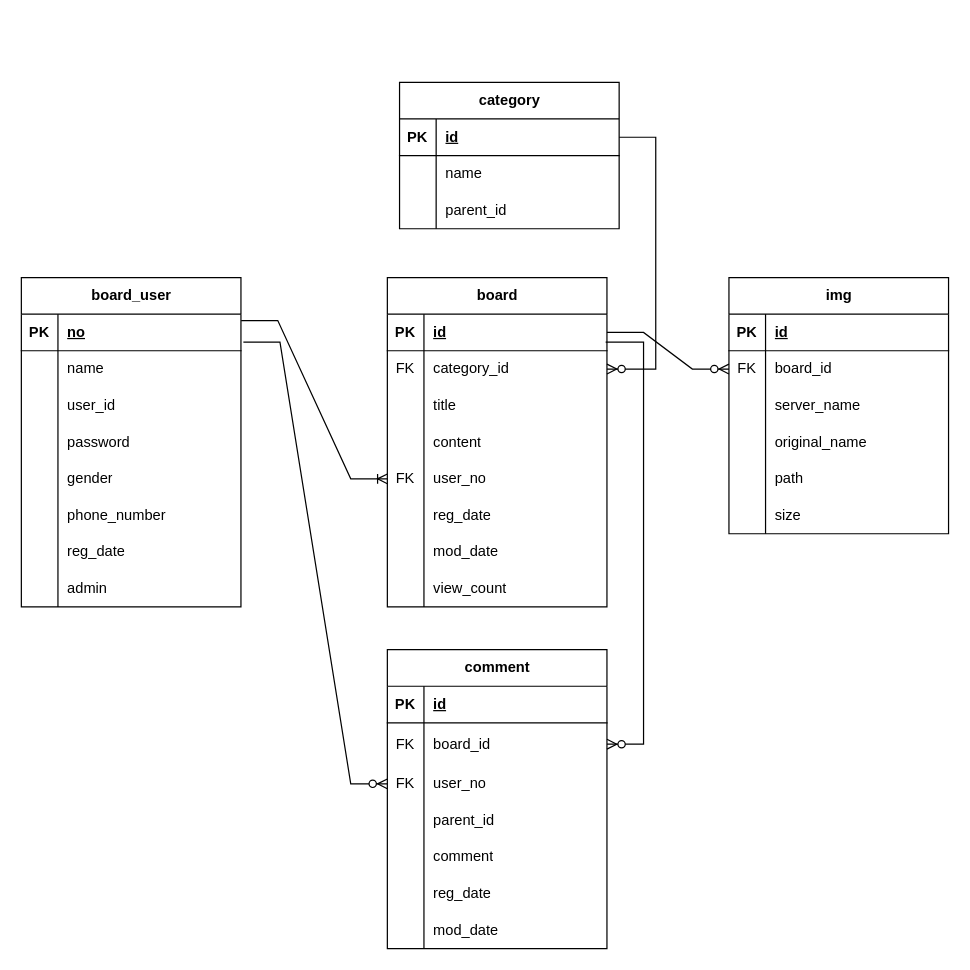
The draw.io diagram board2.drawio in currychoco/loginboard2, before the edit. Source tidied: cells renumbered, new cells numbered last; positions are measured from the earlier drawing's top-left corner, leaving out a move shared by most shapes. Both pictures are drawn from the tidied source at 122%, with x=0, y=0 at pixel (21, 82).
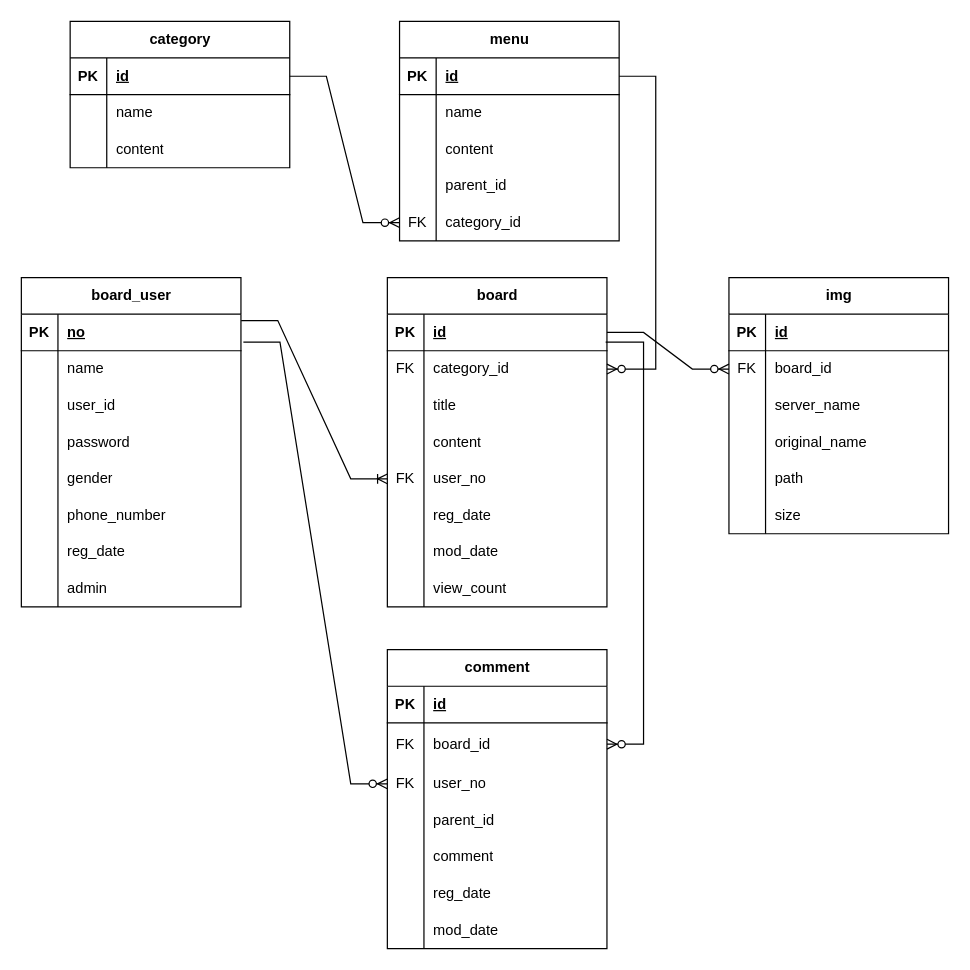
After the change.

Diff of the diagram source:
```diff
@@
-    <mxCell id="97" value="category" style="shape=table;startSize=30;childLayout=tableLayout;rowLines=0;fontStyle=1;align=center;html=1;" parent="1" vertex="1">
-      <mxGeometry x="310" width="180" height="120" as="geometry" />
+    <mxCell id="97" value="menu" style="shape=table;startSize=30;childLayout=tableLayout;rowLines=0;fontStyle=1;align=center;html=1;" parent="1" vertex="1">
+      <mxGeometry x="310" y="-50" width="180" height="180" as="geometry" />
     </mxCell>
@@
+    <mxCell id="108" style="shape=tableRow;horizontal=0;startSize=0;swimlaneHead=0;swimlaneBody=0;fillColor=none;top=0;left=0;right=0;bottom=0;" parent="97" vertex="1">
+      <mxGeometry y="90" width="180" height="30" as="geometry" />
+    </mxCell>
+    <mxCell id="109" style="shape=partialRectangle;fillColor=none;top=0;left=0;bottom=0;right=0;overflow=hidden;whiteSpace=wrap;html=1;" parent="108" vertex="1">
+      <mxGeometry width="30" height="30" as="geometry" />
+    </mxCell>
+    <mxCell id="110" value="content" style="shape=partialRectangle;fillColor=none;top=0;left=0;bottom=0;right=0;align=left;spacingLeft=6;overflow=hidden;whiteSpace=wrap;html=1;" parent="108" vertex="1">
+      <mxGeometry x="30" width="150" height="30" as="geometry" />
+    </mxCell>
     <mxCell id="104" style="shape=tableRow;horizontal=0;startSize=0;swimlaneHead=0;swimlaneBody=0;fillColor=none;top=0;left=0;right=0;bottom=0;" parent="97" vertex="1">
-      <mxGeometry y="90" width="180" height="30" as="geometry" />
+      <mxGeometry y="120" width="180" height="30" as="geometry" />
     </mxCell>
@@
+    <mxCell id="111" style="shape=tableRow;horizontal=0;startSize=0;swimlaneHead=0;swimlaneBody=0;fillColor=none;points=[[0,0.5],[1,0.5]];portConstraint=eastwest;top=0;left=0;right=0;bottom=0;" parent="97" vertex="1">
+      <mxGeometry y="150" width="180" height="30" as="geometry" />
+    </mxCell>
+    <mxCell id="112" value="FK" style="shape=partialRectangle;fillColor=none;top=0;left=0;bottom=0;right=0;overflow=hidden;whiteSpace=wrap;html=1;" parent="111" vertex="1">
+      <mxGeometry width="30" height="30" as="geometry" />
+    </mxCell>
+    <mxCell id="113" value="category_id" style="shape=partialRectangle;fillColor=none;top=0;left=0;bottom=0;right=0;align=left;spacingLeft=6;overflow=hidden;whiteSpace=wrap;html=1;" parent="111" vertex="1">
+      <mxGeometry x="30" width="150" height="30" as="geometry" />
+    </mxCell>
@@
+    <mxCell id="114" value="category" style="shape=table;startSize=30;childLayout=tableLayout;rowLines=0;fontStyle=1;align=center;html=1;" parent="1" vertex="1">
+      <mxGeometry x="40" y="-50" width="180" height="120" as="geometry" />
+    </mxCell>
+    <mxCell id="115" style="shape=tableRow;horizontal=0;startSize=0;swimlaneHead=0;swimlaneBody=0;fillColor=none;points=[[0,0.5],[1,0.5]];portConstraint=eastwest;top=0;left=0;right=0;bottom=1;" parent="114" vertex="1">
+      <mxGeometry y="30" width="180" height="30" as="geometry" />
+    </mxCell>
+    <mxCell id="116" value="PK" style="shape=partialRectangle;fillColor=none;top=0;left=0;bottom=0;right=0;fontStyle=1;overflow=hidden;whiteSpace=wrap;html=1;" parent="115" vertex="1">
+      <mxGeometry width="30" height="30" as="geometry" />
+    </mxCell>
+    <mxCell id="117" value="id" style="shape=partialRectangle;fillColor=none;top=0;left=0;bottom=0;right=0;align=left;spacingLeft=6;fontStyle=5;overflow=hidden;whiteSpace=wrap;html=1;" parent="115" vertex="1">
+      <mxGeometry x="30" width="150" height="30" as="geometry" />
+    </mxCell>
+    <mxCell id="118" style="shape=tableRow;horizontal=0;startSize=0;swimlaneHead=0;swimlaneBody=0;fillColor=none;top=0;left=0;right=0;bottom=0;" parent="114" vertex="1">
+      <mxGeometry y="60" width="180" height="30" as="geometry" />
+    </mxCell>
+    <mxCell id="119" style="shape=partialRectangle;fillColor=none;top=0;left=0;bottom=0;right=0;overflow=hidden;whiteSpace=wrap;html=1;" parent="118" vertex="1">
+      <mxGeometry width="30" height="30" as="geometry" />
+    </mxCell>
+    <mxCell id="120" value="name" style="shape=partialRectangle;fillColor=none;top=0;left=0;bottom=0;right=0;align=left;spacingLeft=6;overflow=hidden;whiteSpace=wrap;html=1;" parent="118" vertex="1">
+      <mxGeometry x="30" width="150" height="30" as="geometry" />
+    </mxCell>
+    <mxCell id="121" style="shape=tableRow;horizontal=0;startSize=0;swimlaneHead=0;swimlaneBody=0;fillColor=none;top=0;left=0;right=0;bottom=0;" parent="114" vertex="1">
+      <mxGeometry y="90" width="180" height="30" as="geometry" />
+    </mxCell>
+    <mxCell id="122" style="shape=partialRectangle;fillColor=none;top=0;left=0;bottom=0;right=0;overflow=hidden;whiteSpace=wrap;html=1;" parent="121" vertex="1">
+      <mxGeometry width="30" height="30" as="geometry" />
+    </mxCell>
+    <mxCell id="123" value="content" style="shape=partialRectangle;fillColor=none;top=0;left=0;bottom=0;right=0;align=left;spacingLeft=6;overflow=hidden;whiteSpace=wrap;html=1;" parent="121" vertex="1">
+      <mxGeometry x="30" width="150" height="30" as="geometry" />
+    </mxCell>
+    <mxCell id="124" style="edgeStyle=entityRelationEdgeStyle;fontSize=12;html=1;endArrow=ERzeroToMany;endFill=1;rounded=0;entryX=0;entryY=0.5;entryDx=0;entryDy=0;" parent="1" edge="1" source="115" target="111">
+      <mxGeometry relative="1" as="geometry" />
+    </mxCell>
```
